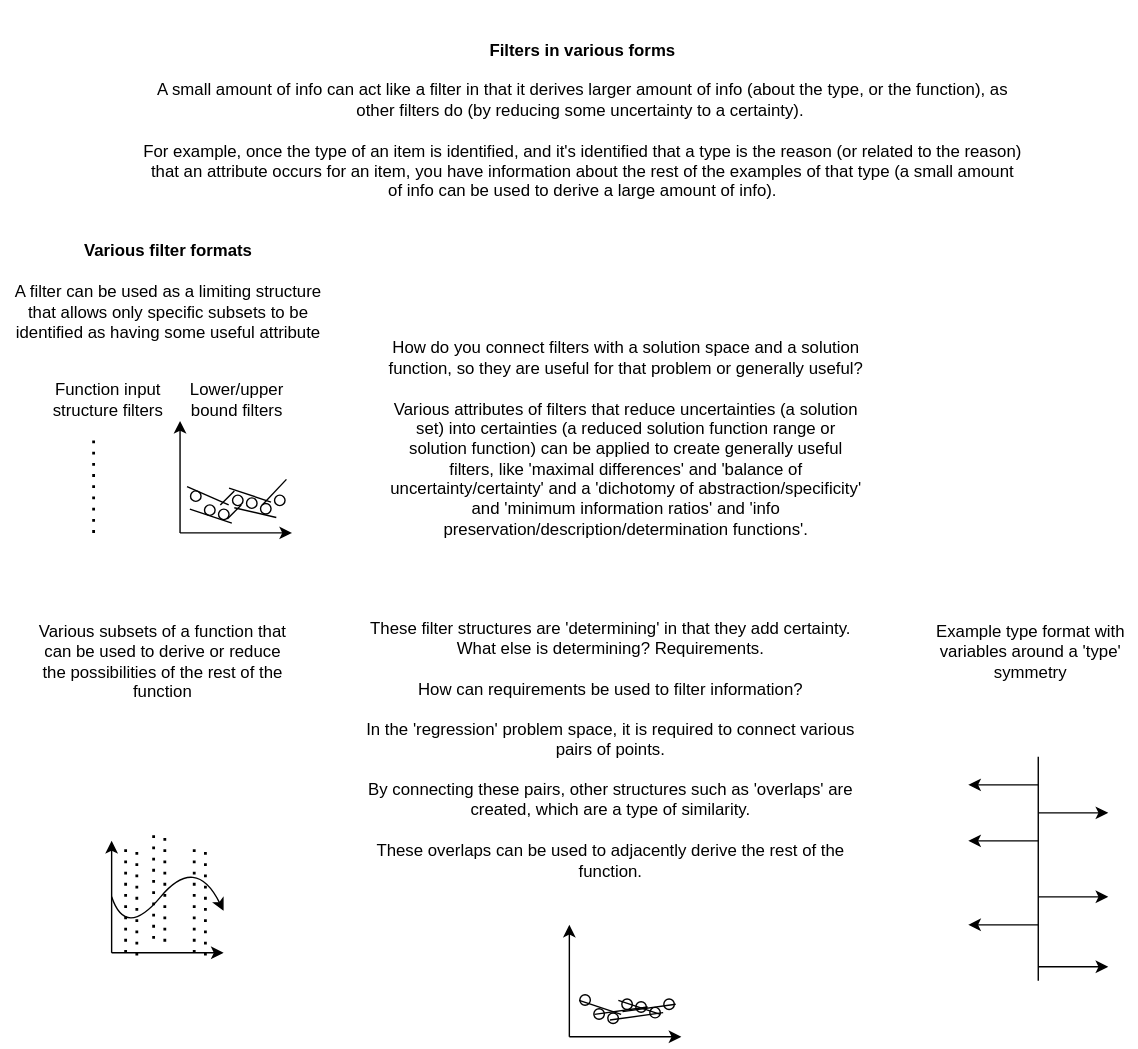
The draw.io diagram docs/objects/filters.svg in outdreamer/build-a-cure, before a commit. Source tidied: cells renumbered, new cells last; positions are measured from the earlier drawing's top-left corner, leaving out a move shared by most shapes. Its diagram source:
```xml
<mxGraphModel>
  <root>
    <mxCell id="0" />
    <mxCell id="1" parent="0" />
    <mxCell id="2" value="&lt;div&gt;&lt;b&gt;Filters in various forms&lt;/b&gt;&lt;/div&gt;&lt;div&gt;&lt;br&gt;&lt;/div&gt;&lt;div&gt;A small amount of info can act like a filter in that it derives larger amount of info (about the type, or the function), as other filters do (by reducing some uncertainty to a certainty).&amp;nbsp;&lt;/div&gt;&lt;div&gt;&lt;br&gt;&lt;/div&gt;&lt;div&gt;For example, once the type of an item is identified, and it's identified that a type is the reason (or related to the reason) that an attribute occurs for an item, you have information about the rest of the examples of that type (a small amount of info can be used to derive a large amount of info).&lt;/div&gt;&lt;div&gt;&lt;br&gt;&lt;/div&gt;&lt;div&gt;&lt;br&gt;&lt;/div&gt;" style="text;html=1;strokeColor=none;fillColor=none;align=center;verticalAlign=middle;whiteSpace=wrap;rounded=0;" parent="1" vertex="1">
      <mxGeometry x="101.2" width="630" height="200" as="geometry" />
    </mxCell>
    <mxCell id="3" style="endArrow=classic;html=1;rounded=0;" parent="1" edge="1">
      <mxGeometry relative="1" as="geometry">
        <mxPoint x="79.2" y="680" as="sourcePoint" />
        <mxPoint x="79.2" y="600" as="targetPoint" />
      </mxGeometry>
    </mxCell>
    <mxCell id="4" style="endArrow=classic;html=1;rounded=0;" parent="1" edge="1">
      <mxGeometry relative="1" as="geometry">
        <mxPoint x="79.2" y="680" as="sourcePoint" />
        <mxPoint x="159.2" y="680" as="targetPoint" />
      </mxGeometry>
    </mxCell>
    <mxCell id="5" style="curved=1;endArrow=classic;html=1;rounded=0;" parent="1" edge="1">
      <mxGeometry relative="1" as="geometry">
        <mxPoint x="79.2" y="640" as="sourcePoint" />
        <mxPoint x="159.2" y="650" as="targetPoint" />
        <Array as="points">
          <mxPoint x="89.2" y="670" />
          <mxPoint x="139.2" y="610" />
        </Array>
      </mxGeometry>
    </mxCell>
    <mxCell id="6" style="endArrow=none;dashed=1;html=1;dashPattern=1 3;strokeWidth=2;rounded=0;" parent="1" edge="1">
      <mxGeometry relative="1" as="geometry">
        <mxPoint x="109.2" y="670" as="sourcePoint" />
        <mxPoint x="109.2" y="590" as="targetPoint" />
      </mxGeometry>
    </mxCell>
    <mxCell id="7" style="endArrow=none;dashed=1;html=1;dashPattern=1 3;strokeWidth=2;rounded=0;" parent="1" edge="1">
      <mxGeometry relative="1" as="geometry">
        <mxPoint x="117.2" y="672" as="sourcePoint" />
        <mxPoint x="117.2" y="592" as="targetPoint" />
      </mxGeometry>
    </mxCell>
    <mxCell id="8" style="endArrow=none;dashed=1;html=1;dashPattern=1 3;strokeWidth=2;rounded=0;" parent="1" edge="1">
      <mxGeometry relative="1" as="geometry">
        <mxPoint x="138.2" y="680" as="sourcePoint" />
        <mxPoint x="138.2" y="600" as="targetPoint" />
      </mxGeometry>
    </mxCell>
    <mxCell id="9" style="endArrow=none;dashed=1;html=1;dashPattern=1 3;strokeWidth=2;rounded=0;" parent="1" edge="1">
      <mxGeometry relative="1" as="geometry">
        <mxPoint x="146.2" y="682" as="sourcePoint" />
        <mxPoint x="146.2" y="602" as="targetPoint" />
      </mxGeometry>
    </mxCell>
    <mxCell id="10" style="endArrow=none;dashed=1;html=1;dashPattern=1 3;strokeWidth=2;rounded=0;" parent="1" edge="1">
      <mxGeometry relative="1" as="geometry">
        <mxPoint x="89.2" y="680" as="sourcePoint" />
        <mxPoint x="89.2" y="600" as="targetPoint" />
      </mxGeometry>
    </mxCell>
    <mxCell id="11" style="endArrow=none;dashed=1;html=1;dashPattern=1 3;strokeWidth=2;rounded=0;" parent="1" edge="1">
      <mxGeometry relative="1" as="geometry">
        <mxPoint x="97.2" y="682" as="sourcePoint" />
        <mxPoint x="97.2" y="602" as="targetPoint" />
      </mxGeometry>
    </mxCell>
    <mxCell id="12" value="Various subsets of a function that can be used to derive or reduce the possibilities of the rest of the function" style="text;html=1;strokeColor=none;fillColor=none;align=center;verticalAlign=middle;whiteSpace=wrap;rounded=0;" parent="1" vertex="1">
      <mxGeometry x="21.2" y="457" width="190" height="30" as="geometry" />
    </mxCell>
    <mxCell id="13" value="These filter structures are 'determining' in that they add certainty. What else is determining? Requirements.&lt;br&gt;&lt;br&gt;How can requirements be used to filter information?&lt;br&gt;&lt;br&gt;In the 'regression' problem space, it is required to connect various pairs of points. &lt;br&gt;&lt;br&gt;By connecting these pairs, other structures such as 'overlaps' are created, which are a type of similarity. &lt;br&gt;&lt;br&gt;These overlaps can be used to adjacently derive the rest of the function." style="text;html=1;strokeColor=none;fillColor=none;align=center;verticalAlign=middle;whiteSpace=wrap;rounded=0;" parent="1" vertex="1">
      <mxGeometry x="251.2" y="520" width="370" height="30" as="geometry" />
    </mxCell>
    <mxCell id="14" style="endArrow=classic;html=1;rounded=0;" parent="1" edge="1">
      <mxGeometry relative="1" as="geometry">
        <mxPoint x="406.2" y="740" as="sourcePoint" />
        <mxPoint x="406.2" y="660" as="targetPoint" />
      </mxGeometry>
    </mxCell>
    <mxCell id="15" style="endArrow=classic;html=1;rounded=0;" parent="1" edge="1">
      <mxGeometry relative="1" as="geometry">
        <mxPoint x="406.2" y="740" as="sourcePoint" />
        <mxPoint x="486.2" y="740" as="targetPoint" />
      </mxGeometry>
    </mxCell>
    <mxCell id="16" style="ellipse;whiteSpace=wrap;html=1;" parent="1" vertex="1">
      <mxGeometry x="413.8" y="710" width="7.5" height="7.5" as="geometry" />
    </mxCell>
    <mxCell id="17" style="ellipse;whiteSpace=wrap;html=1;" parent="1" vertex="1">
      <mxGeometry x="423.8" y="720" width="7.5" height="7.5" as="geometry" />
    </mxCell>
    <mxCell id="18" style="ellipse;whiteSpace=wrap;html=1;" parent="1" vertex="1">
      <mxGeometry x="433.8" y="723" width="7.5" height="7.5" as="geometry" />
    </mxCell>
    <mxCell id="19" style="ellipse;whiteSpace=wrap;html=1;" parent="1" vertex="1">
      <mxGeometry x="443.8" y="713" width="7.5" height="7.5" as="geometry" />
    </mxCell>
    <mxCell id="20" style="ellipse;whiteSpace=wrap;html=1;" parent="1" vertex="1">
      <mxGeometry x="453.8" y="715" width="7.5" height="7.5" as="geometry" />
    </mxCell>
    <mxCell id="21" style="ellipse;whiteSpace=wrap;html=1;" parent="1" vertex="1">
      <mxGeometry x="463.8" y="719" width="7.5" height="7.5" as="geometry" />
    </mxCell>
    <mxCell id="22" style="ellipse;whiteSpace=wrap;html=1;" parent="1" vertex="1">
      <mxGeometry x="473.8" y="713" width="7.5" height="7.5" as="geometry" />
    </mxCell>
    <mxCell id="23" style="endArrow=none;html=1;rounded=0;" parent="1" edge="1">
      <mxGeometry relative="1" as="geometry">
        <mxPoint x="471.2" y="724" as="sourcePoint" />
        <mxPoint x="441.2" y="714" as="targetPoint" />
      </mxGeometry>
    </mxCell>
    <mxCell id="24" style="endArrow=none;html=1;rounded=0;" parent="1" edge="1">
      <mxGeometry relative="1" as="geometry">
        <mxPoint x="443.2" y="724" as="sourcePoint" />
        <mxPoint x="413.2" y="714" as="targetPoint" />
      </mxGeometry>
    </mxCell>
    <mxCell id="25" style="endArrow=none;html=1;rounded=0;exitX=1;exitY=0.5;exitDx=0;exitDy=0;" parent="1" edge="1">
      <mxGeometry relative="1" as="geometry">
        <mxPoint x="462.2" y="718.8" as="sourcePoint" />
        <mxPoint x="424.2" y="724" as="targetPoint" />
      </mxGeometry>
    </mxCell>
    <mxCell id="26" style="endArrow=none;html=1;rounded=0;exitX=1;exitY=0.5;exitDx=0;exitDy=0;" parent="1" edge="1">
      <mxGeometry relative="1" as="geometry">
        <mxPoint x="473.2" y="722.8" as="sourcePoint" />
        <mxPoint x="435.2" y="728" as="targetPoint" />
      </mxGeometry>
    </mxCell>
    <mxCell id="27" style="endArrow=none;html=1;rounded=0;exitX=1;exitY=0.5;exitDx=0;exitDy=0;" parent="1" edge="1">
      <mxGeometry relative="1" as="geometry">
        <mxPoint x="482.2" y="716.8" as="sourcePoint" />
        <mxPoint x="444.2" y="722" as="targetPoint" />
      </mxGeometry>
    </mxCell>
    <mxCell id="28" style="endArrow=classic;html=1;rounded=0;" parent="1" edge="1">
      <mxGeometry relative="1" as="geometry">
        <mxPoint x="741.2" y="600" as="sourcePoint" />
        <mxPoint x="691.2" y="600" as="targetPoint" />
      </mxGeometry>
    </mxCell>
    <mxCell id="29" style="endArrow=classic;html=1;rounded=0;" parent="1" edge="1">
      <mxGeometry relative="1" as="geometry">
        <mxPoint x="741.2" y="640" as="sourcePoint" />
        <mxPoint x="791.2" y="640" as="targetPoint" />
      </mxGeometry>
    </mxCell>
    <mxCell id="30" style="endArrow=none;html=1;rounded=0;" parent="1" edge="1">
      <mxGeometry relative="1" as="geometry">
        <mxPoint x="741.2" y="700" as="sourcePoint" />
        <mxPoint x="741.2" y="540" as="targetPoint" />
      </mxGeometry>
    </mxCell>
    <mxCell id="31" style="endArrow=classic;html=1;rounded=0;" parent="1" edge="1">
      <mxGeometry relative="1" as="geometry">
        <mxPoint x="741.2" y="560" as="sourcePoint" />
        <mxPoint x="691.2" y="560" as="targetPoint" />
      </mxGeometry>
    </mxCell>
    <mxCell id="32" style="endArrow=classic;html=1;rounded=0;" parent="1" edge="1">
      <mxGeometry relative="1" as="geometry">
        <mxPoint x="741.2" y="580" as="sourcePoint" />
        <mxPoint x="791.2" y="580" as="targetPoint" />
      </mxGeometry>
    </mxCell>
    <mxCell id="33" style="endArrow=classic;html=1;rounded=0;" parent="1" edge="1">
      <mxGeometry relative="1" as="geometry">
        <mxPoint x="741.2" y="690" as="sourcePoint" />
        <mxPoint x="791.2" y="690" as="targetPoint" />
      </mxGeometry>
    </mxCell>
    <mxCell id="34" style="endArrow=classic;html=1;rounded=0;" parent="1" edge="1">
      <mxGeometry relative="1" as="geometry">
        <mxPoint x="741.2" y="660" as="sourcePoint" />
        <mxPoint x="691.2" y="660" as="targetPoint" />
      </mxGeometry>
    </mxCell>
    <mxCell id="35" value="Example type format with variables around a 'type' symmetry" style="text;html=1;strokeColor=none;fillColor=none;align=center;verticalAlign=middle;whiteSpace=wrap;rounded=0;" parent="1" vertex="1">
      <mxGeometry x="661.2" y="450" width="150" height="30" as="geometry" />
    </mxCell>
    <mxCell id="36" style="endArrow=none;dashed=1;html=1;dashPattern=1 3;strokeWidth=2;rounded=0;" parent="1" edge="1">
      <mxGeometry relative="1" as="geometry">
        <mxPoint x="66.4" y="380" as="sourcePoint" />
        <mxPoint x="66.4" y="310" as="targetPoint" />
      </mxGeometry>
    </mxCell>
    <mxCell id="37" value="Various filter formats&lt;br&gt;&lt;br&gt;&lt;div&gt;&lt;span style=&quot;font-weight: normal&quot;&gt;A filter can be used as a limiting structure that allows only specific subsets to be identified as having some useful attribute&lt;/span&gt;&lt;/div&gt;&lt;div&gt;&lt;br style=&quot;font-weight: 400&quot;&gt;&lt;/div&gt;" style="text;html=1;strokeColor=none;fillColor=none;align=center;verticalAlign=middle;whiteSpace=wrap;rounded=0;fontStyle=1;" parent="1" vertex="1">
      <mxGeometry y="170" width="240" height="90" as="geometry" />
    </mxCell>
    <mxCell id="38" style="endArrow=classic;html=1;rounded=0;" parent="1" edge="1">
      <mxGeometry relative="1" as="geometry">
        <mxPoint x="128.1" y="380" as="sourcePoint" />
        <mxPoint x="128.1" y="300" as="targetPoint" />
      </mxGeometry>
    </mxCell>
    <mxCell id="39" style="endArrow=classic;html=1;rounded=0;" parent="1" edge="1">
      <mxGeometry relative="1" as="geometry">
        <mxPoint x="128.1" y="380" as="sourcePoint" />
        <mxPoint x="208.1" y="380" as="targetPoint" />
      </mxGeometry>
    </mxCell>
    <mxCell id="40" style="ellipse;whiteSpace=wrap;html=1;" parent="1" vertex="1">
      <mxGeometry x="135.6" y="350" width="7.5" height="7.5" as="geometry" />
    </mxCell>
    <mxCell id="41" style="ellipse;whiteSpace=wrap;html=1;" parent="1" vertex="1">
      <mxGeometry x="145.6" y="360" width="7.5" height="7.5" as="geometry" />
    </mxCell>
    <mxCell id="42" style="ellipse;whiteSpace=wrap;html=1;" parent="1" vertex="1">
      <mxGeometry x="155.6" y="363" width="7.5" height="7.5" as="geometry" />
    </mxCell>
    <mxCell id="43" style="ellipse;whiteSpace=wrap;html=1;" parent="1" vertex="1">
      <mxGeometry x="165.6" y="353" width="7.5" height="7.5" as="geometry" />
    </mxCell>
    <mxCell id="44" style="ellipse;whiteSpace=wrap;html=1;" parent="1" vertex="1">
      <mxGeometry x="175.6" y="355" width="7.5" height="7.5" as="geometry" />
    </mxCell>
    <mxCell id="45" style="ellipse;whiteSpace=wrap;html=1;" parent="1" vertex="1">
      <mxGeometry x="185.6" y="359" width="7.5" height="7.5" as="geometry" />
    </mxCell>
    <mxCell id="46" style="ellipse;whiteSpace=wrap;html=1;" parent="1" vertex="1">
      <mxGeometry x="195.6" y="353" width="7.5" height="7.5" as="geometry" />
    </mxCell>
    <mxCell id="47" style="endArrow=none;html=1;rounded=0;" parent="1" edge="1">
      <mxGeometry relative="1" as="geometry">
        <mxPoint x="193.1" y="358" as="sourcePoint" />
        <mxPoint x="163.1" y="348" as="targetPoint" />
      </mxGeometry>
    </mxCell>
    <mxCell id="48" style="endArrow=none;html=1;rounded=0;" parent="1" edge="1">
      <mxGeometry relative="1" as="geometry">
        <mxPoint x="165.1" y="373" as="sourcePoint" />
        <mxPoint x="135.1" y="363" as="targetPoint" />
      </mxGeometry>
    </mxCell>
    <mxCell id="49" style="endArrow=none;html=1;rounded=0;" parent="1" edge="1">
      <mxGeometry relative="1" as="geometry">
        <mxPoint x="166.9" y="350" as="sourcePoint" />
        <mxPoint x="156.9" y="360" as="targetPoint" />
      </mxGeometry>
    </mxCell>
    <mxCell id="50" style="endArrow=none;html=1;rounded=0;" parent="1" edge="1">
      <mxGeometry relative="1" as="geometry">
        <mxPoint x="196.9" y="369" as="sourcePoint" />
        <mxPoint x="166.9" y="362" as="targetPoint" />
      </mxGeometry>
    </mxCell>
    <mxCell id="51" style="endArrow=none;html=1;rounded=0;exitX=1;exitY=0.5;exitDx=0;exitDy=0;" parent="1" edge="1">
      <mxGeometry relative="1" as="geometry">
        <mxPoint x="204.1" y="341.8" as="sourcePoint" />
        <mxPoint x="186.9" y="360" as="targetPoint" />
      </mxGeometry>
    </mxCell>
    <mxCell id="52" style="endArrow=none;html=1;rounded=0;" parent="1" edge="1">
      <mxGeometry relative="1" as="geometry">
        <mxPoint x="162.9" y="360" as="sourcePoint" />
        <mxPoint x="133.1" y="347" as="targetPoint" />
      </mxGeometry>
    </mxCell>
    <mxCell id="53" style="endArrow=none;html=1;rounded=0;" parent="1" edge="1">
      <mxGeometry relative="1" as="geometry">
        <mxPoint x="171.9" y="360" as="sourcePoint" />
        <mxPoint x="161.9" y="370" as="targetPoint" />
      </mxGeometry>
    </mxCell>
    <mxCell id="54" value="Lower/upper bound filters" style="text;html=1;strokeColor=none;fillColor=none;align=center;verticalAlign=middle;whiteSpace=wrap;rounded=0;" parent="1" vertex="1">
      <mxGeometry x="139.4" y="270" width="60" height="30" as="geometry" />
    </mxCell>
    <mxCell id="55" value="Function input structure filters" style="text;html=1;strokeColor=none;fillColor=none;align=center;verticalAlign=middle;whiteSpace=wrap;rounded=0;" parent="1" vertex="1">
      <mxGeometry x="31.9" y="270" width="90" height="30" as="geometry" />
    </mxCell>
    <mxCell id="56" value="How do you connect filters with a solution space and a solution function, so they are useful for that problem or generally useful?&lt;br&gt;&lt;br&gt;&lt;div&gt;Various attributes of filters that reduce uncertainties (a solution set) into certainties (a reduced solution function range or solution function) can be applied to create generally useful filters, like 'maximal differences' and 'balance of uncertainty/certainty' and a 'dichotomy of abstraction/specificity' and 'minimum information ratios' and 'info preservation/description/determination functions'.&lt;/div&gt;&lt;div&gt;&lt;br&gt;&lt;/div&gt;" style="text;html=1;strokeColor=none;fillColor=none;align=center;verticalAlign=middle;whiteSpace=wrap;rounded=0;" parent="1" vertex="1">
      <mxGeometry x="274.4" y="300" width="346.2" height="40" as="geometry" />
    </mxCell>
  </root>
</mxGraphModel>
```
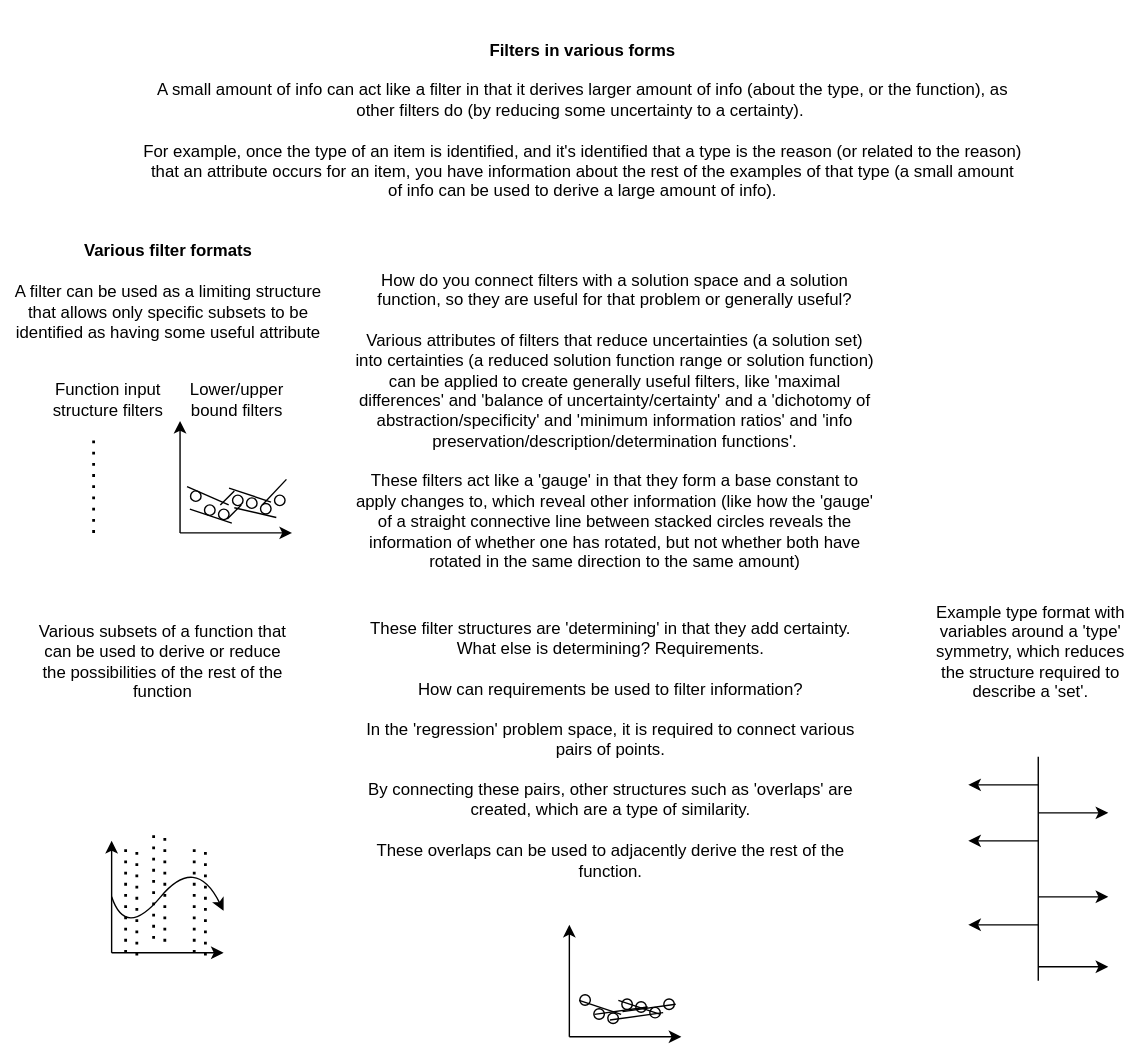
The same file after the commit.

Diff of the diagram source:
```diff
@@ -174,7 +174,7 @@
         <mxPoint x="691.2" y="660" as="targetPoint" />
       </mxGeometry>
     </mxCell>
-    <mxCell id="35" value="Example type format with variables around a 'type' symmetry" style="text;html=1;strokeColor=none;fillColor=none;align=center;verticalAlign=middle;whiteSpace=wrap;rounded=0;" parent="1" vertex="1">
+    <mxCell id="35" value="Example type format with variables around a 'type' symmetry, which reduces the structure required to describe a 'set'." style="text;html=1;strokeColor=none;fillColor=none;align=center;verticalAlign=middle;whiteSpace=wrap;rounded=0;" parent="1" vertex="1">
       <mxGeometry x="661.2" y="450" width="150" height="30" as="geometry" />
     </mxCell>
     <mxCell id="36" style="endArrow=none;dashed=1;html=1;dashPattern=1 3;strokeWidth=2;rounded=0;" parent="1" edge="1">
@@ -267,8 +267,8 @@
     <mxCell id="55" value="Function input structure filters" style="text;html=1;strokeColor=none;fillColor=none;align=center;verticalAlign=middle;whiteSpace=wrap;rounded=0;" parent="1" vertex="1">
       <mxGeometry x="31.9" y="270" width="90" height="30" as="geometry" />
     </mxCell>
-    <mxCell id="56" value="How do you connect filters with a solution space and a solution function, so they are useful for that problem or generally useful?&lt;br&gt;&lt;br&gt;&lt;div&gt;Various attributes of filters that reduce uncertainties (a solution set) into certainties (a reduced solution function range or solution function) can be applied to create generally useful filters, like 'maximal differences' and 'balance of uncertainty/certainty' and a 'dichotomy of abstraction/specificity' and 'minimum information ratios' and 'info preservation/description/determination functions'.&lt;/div&gt;&lt;div&gt;&lt;br&gt;&lt;/div&gt;" style="text;html=1;strokeColor=none;fillColor=none;align=center;verticalAlign=middle;whiteSpace=wrap;rounded=0;" parent="1" vertex="1">
-      <mxGeometry x="274.4" y="300" width="346.2" height="40" as="geometry" />
+    <mxCell id="56" value="How do you connect filters with a solution space and a solution function, so they are useful for that problem or generally useful?&lt;br&gt;&lt;br&gt;&lt;div&gt;Various attributes of filters that reduce uncertainties (a solution set) into certainties (a reduced solution function range or solution function) can be applied to create generally useful filters, like 'maximal differences' and 'balance of uncertainty/certainty' and a 'dichotomy of abstraction/specificity' and 'minimum information ratios' and 'info preservation/description/determination functions'.&lt;/div&gt;&lt;div&gt;&lt;br&gt;&lt;/div&gt;&lt;div&gt;These filters act like a 'gauge' in that they form a base constant to apply changes to, which reveal other information (like how the 'gauge' of a straight connective line between stacked circles reveals the information of whether one has rotated, but not whether both have rotated in the same direction to the same amount)&lt;/div&gt;" style="text;html=1;strokeColor=none;fillColor=none;align=center;verticalAlign=middle;whiteSpace=wrap;rounded=0;" parent="1" vertex="1">
+      <mxGeometry x="251.2" y="280" width="375.6" height="40" as="geometry" />
     </mxCell>
   </root>
 </mxGraphModel>
```
